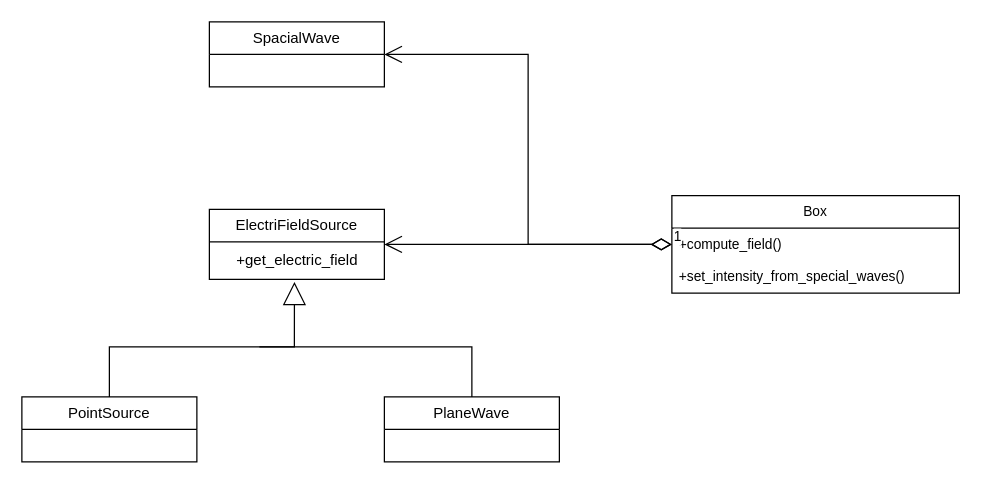
valbrud/SIM keeps this draw.io diagram as UML.drawio. Above is the earlier version. Source tidied: cells renumbered, new cells numbered last; positions are measured from the earlier drawing's top-left corner, leaving out a move shared by most shapes. Both pictures are drawn from the tidied source at 125%, with x=0, y=0 at pixel (21, 21).
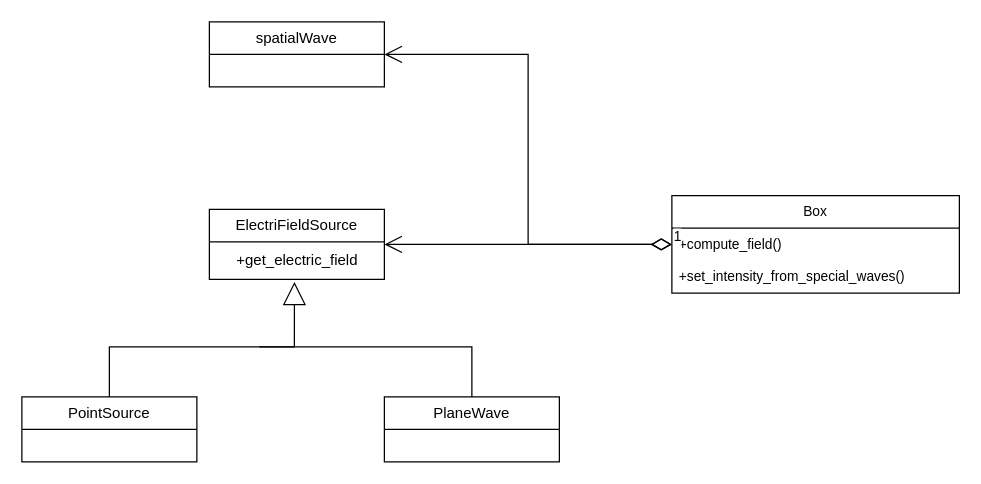
After the change.

The edit, as a diff of the source:
```diff
@@
 <mxGraphModel>
   <root>
     <mxCell id="0" />
     <mxCell id="1" parent="0" />
     <mxCell id="2" value="PlaneWave" style="swimlane;fontStyle=0;horizontal=1;startSize=26;fillColor=none;whiteSpace=wrap;html=1;" parent="1" vertex="1">
       <mxGeometry x="290" y="300" width="140" height="52" as="geometry" />
     </mxCell>
     <mxCell id="3" value="ElectriFieldSource" style="swimlane;fontStyle=0;horizontal=1;startSize=26;fillColor=none;whiteSpace=wrap;html=1;" parent="1" vertex="1">
       <mxGeometry x="150" y="150" width="140" height="56" as="geometry" />
     </mxCell>
     <mxCell id="4" value="&lt;div&gt;+get_electric_field&lt;/div&gt;" style="text;html=1;align=center;verticalAlign=middle;points=[];strokeColor=none;fillColor=none;" parent="3" vertex="1">
       <mxGeometry y="26" width="140" height="30" as="geometry" />
     </mxCell>
     <mxCell id="5" value="PointSource" style="swimlane;fontStyle=0;horizontal=1;startSize=26;fillColor=none;whiteSpace=wrap;html=1;" parent="1" vertex="1">
       <mxGeometry y="300" width="140" height="52" as="geometry" />
     </mxCell>
     <mxCell id="6" style="endArrow=block;endSize=16;endFill=0;html=1;rounded=0;exitX=0.5;exitY=0;exitDx=0;exitDy=0;entryX=0.486;entryY=1.067;entryDx=0;entryDy=0;entryPerimeter=0;" parent="1" edge="1" source="5" target="4">
       <mxGeometry x="0.14" y="9" relative="1" as="geometry">
         <Array as="points">
           <mxPoint x="70" y="260" />
           <mxPoint x="218" y="260" />
         </Array>
       </mxGeometry>
     </mxCell>
     <mxCell id="7" style="endArrow=none;html=1;rounded=0;entryX=0.5;entryY=0;entryDx=0;entryDy=0;" parent="1" edge="1" target="2">
       <mxGeometry relative="1" as="geometry">
         <mxPoint x="190" y="260" as="sourcePoint" />
         <Array as="points">
           <mxPoint x="360" y="260" />
         </Array>
       </mxGeometry>
     </mxCell>
-    <mxCell id="8" value="SpacialWave" style="swimlane;fontStyle=0;horizontal=1;startSize=26;fillColor=none;whiteSpace=wrap;html=1;" parent="1" vertex="1">
+    <mxCell id="8" value="spatialWave" style="swimlane;fontStyle=0;horizontal=1;startSize=26;fillColor=none;whiteSpace=wrap;html=1;" parent="1" vertex="1">
       <mxGeometry x="150" width="140" height="52" as="geometry" />
     </mxCell>
     <mxCell id="9" value="Box" style="swimlane;fontStyle=0;horizontal=1;startSize=26;fillColor=none;whiteSpace=wrap;html=1;fontFamily=Helvetica;fontSize=11;fontColor=default;" parent="1" vertex="1">
       <mxGeometry x="520" y="139" width="230" height="78" as="geometry" />
     </mxCell>
     <mxCell id="10" value="+compute_field()" style="text;strokeColor=none;fillColor=none;align=left;verticalAlign=top;spacingLeft=4;spacingRight=4;overflow=hidden;points=[[0,0.5],[1,0.5]];portConstraint=eastwest;whiteSpace=wrap;html=1;fontSize=11;fontFamily=Helvetica;fontColor=default;" parent="9" vertex="1">
       <mxGeometry y="26" width="230" height="26" as="geometry" />
     </mxCell>
     <mxCell id="11" value="+set_intensity_from_special_waves()" style="text;strokeColor=none;fillColor=none;align=left;verticalAlign=top;spacingLeft=4;spacingRight=4;overflow=hidden;whiteSpace=wrap;html=1;fontSize=11;fontFamily=Helvetica;fontColor=default;" parent="9" vertex="1">
       <mxGeometry y="52" width="230" height="26" as="geometry" />
     </mxCell>
     <mxCell id="12" value="1" style="endArrow=open;html=1;endSize=12;startArrow=diamondThin;startSize=14;startFill=0;edgeStyle=orthogonalEdgeStyle;align=left;verticalAlign=bottom;rounded=0;labelBackgroundColor=default;strokeColor=default;fontFamily=Helvetica;fontSize=11;fontColor=default;shape=connector;exitX=0;exitY=0.5;exitDx=0;exitDy=0;entryX=1;entryY=0.5;entryDx=0;entryDy=0;" parent="1" edge="1" source="10" target="3">
       <mxGeometry x="-1" y="3" relative="1" as="geometry" />
     </mxCell>
     <mxCell id="13" value="1" style="endArrow=open;html=1;endSize=12;startArrow=diamondThin;startSize=14;startFill=0;edgeStyle=orthogonalEdgeStyle;align=left;verticalAlign=bottom;rounded=0;labelBackgroundColor=default;strokeColor=default;fontFamily=Helvetica;fontSize=11;fontColor=default;shape=connector;exitX=0;exitY=0.5;exitDx=0;exitDy=0;entryX=1;entryY=0.5;entryDx=0;entryDy=0;" parent="1" edge="1" source="10" target="8">
       <mxGeometry x="-1" y="3" relative="1" as="geometry" />
     </mxCell>
   </root>
 </mxGraphModel>
```
